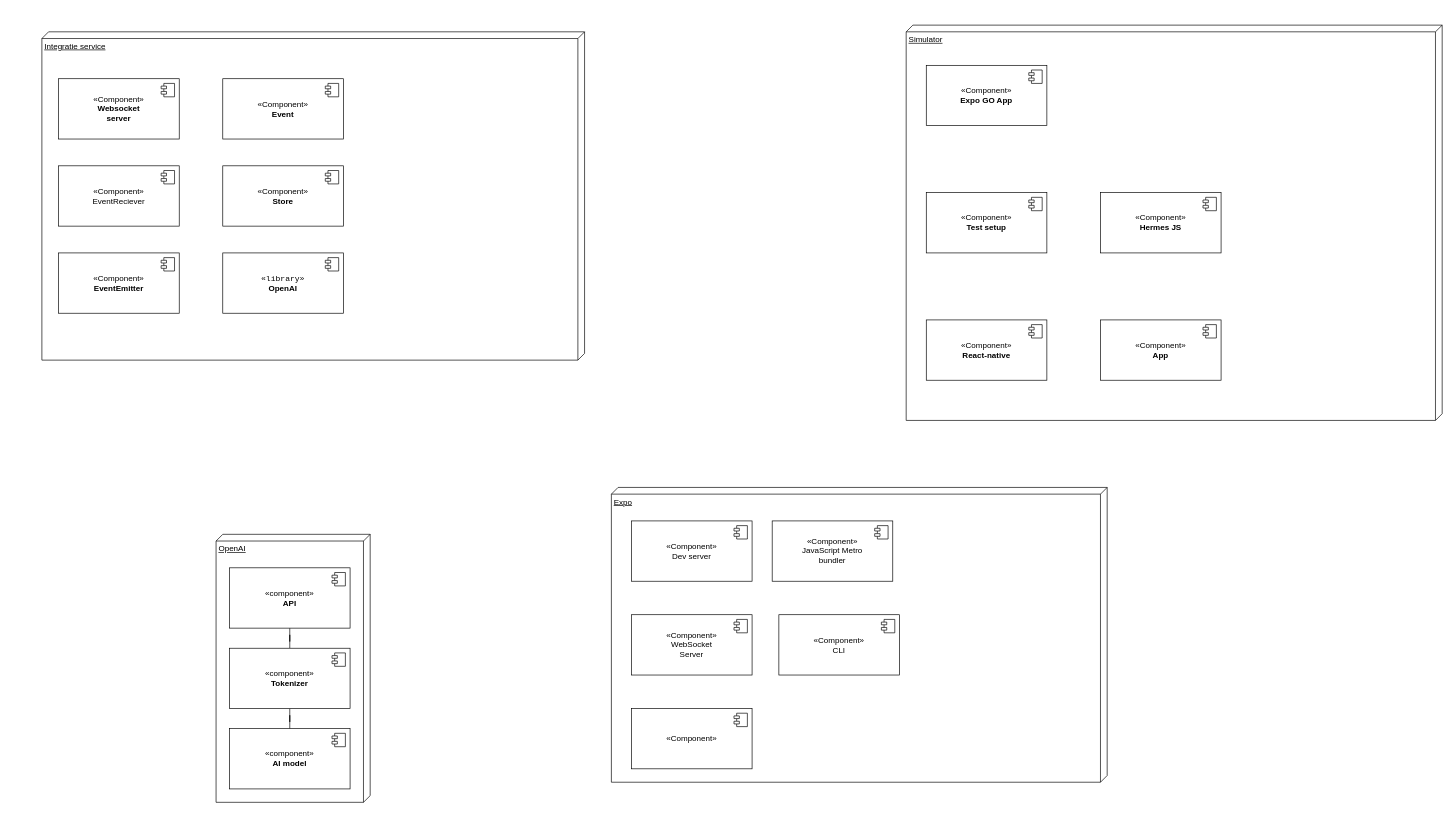
Above: page "5.4. Development view" (4 of 7) of 4+1.drawio in luukvankooten/draw.io (draw.io), before the change. Source tidied: cells renumbered, new cells numbered last; positions are measured from the earlier drawing's top-left corner, leaving out a move shared by most shapes. Both pictures are drawn from the tidied source at 67%, with x=0, y=0 at pixel (42, 25).
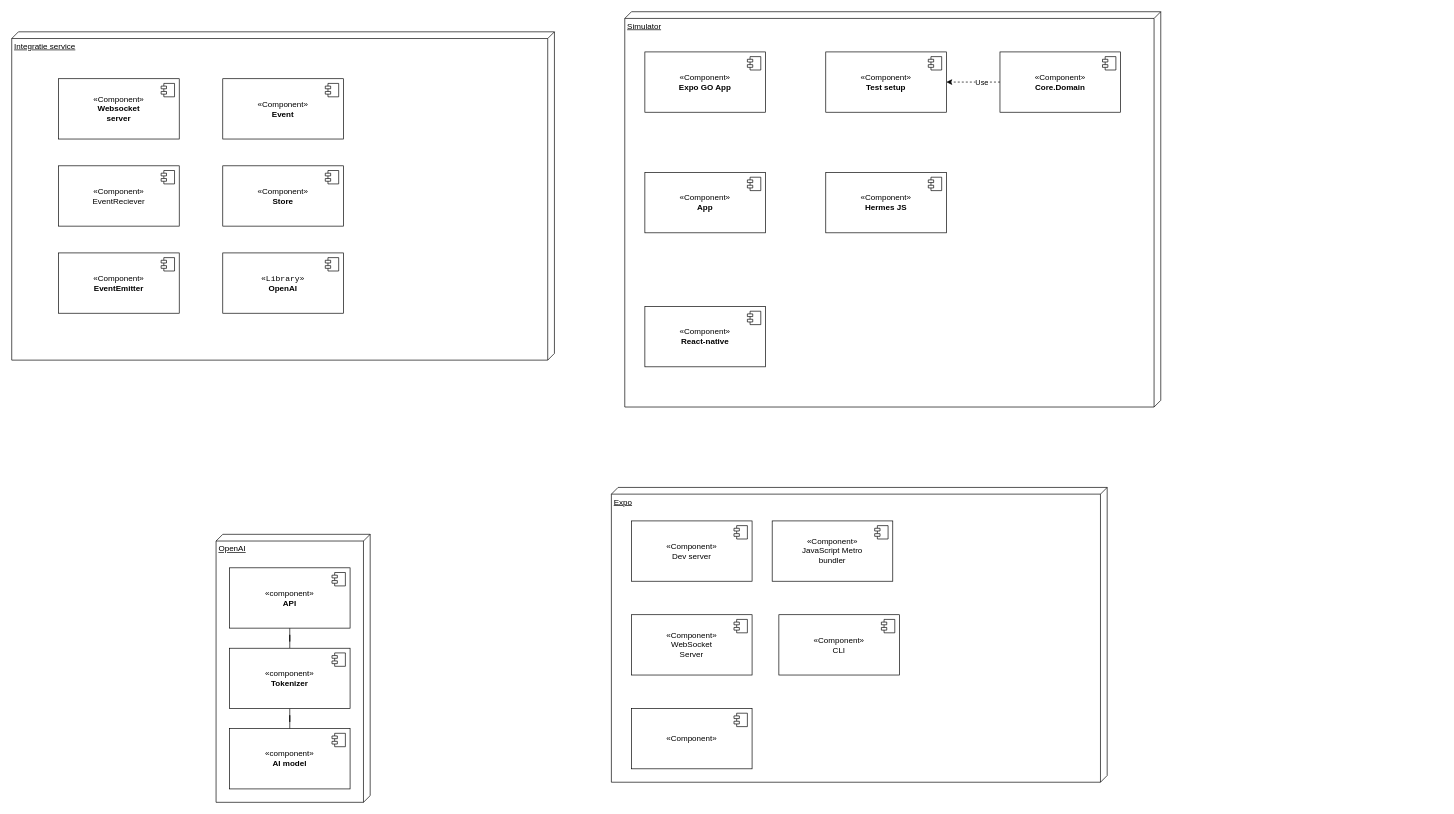
After the change.

Diff of the diagram source:
```diff
@@
     <mxCell id="2" value="Integratie service" style="verticalAlign=top;align=left;spacingTop=8;spacingLeft=2;spacingRight=12;shape=cube;size=10;direction=south;fontStyle=4;html=1;whiteSpace=wrap;" parent="1" vertex="1">
-      <mxGeometry y="10" width="810" height="490" as="geometry" />
+      <mxGeometry x="-45" y="10" width="810" height="490" as="geometry" />
     </mxCell>
@@
-    <mxCell id="29" value="«&lt;code class=&quot;language-plaintext highlighter-rouge&quot;&gt;library&lt;/code&gt;»&lt;b&gt;&lt;br&gt;OpenAI&lt;/b&gt;" style="html=1;whiteSpace=wrap;" parent="1" vertex="1">
+    <mxCell id="29" value="«&lt;code class=&quot;language-plaintext highlighter-rouge&quot;&gt;Library&lt;/code&gt;»&lt;b&gt;&lt;br&gt;OpenAI&lt;/b&gt;" style="html=1;whiteSpace=wrap;" parent="1" vertex="1">
       <mxGeometry x="270" y="340" width="180" height="90" as="geometry" />
     </mxCell>
@@
     <mxCell id="35" style="group;" parent="1" vertex="1">
-      <mxGeometry x="1290" width="800" height="590" as="geometry" />
+      <mxGeometry x="870" y="-20" width="800" height="590" as="geometry" />
     </mxCell>
@@
     <mxCell id="37" value="«Component»&lt;b&gt;&lt;br&gt;Hermes JS&lt;br&gt;&lt;/b&gt;" style="html=1;whiteSpace=wrap;" parent="35" vertex="1">
-      <mxGeometry x="290" y="250" width="180" height="90" as="geometry" />
+      <mxGeometry x="300" y="240" width="180" height="90" as="geometry" />
     </mxCell>
@@
     <mxCell id="43" value="«Component»&lt;b&gt;&lt;br&gt;App&lt;br&gt;&lt;/b&gt;" style="html=1;whiteSpace=wrap;" parent="35" vertex="1">
-      <mxGeometry x="290" y="440" width="180" height="90" as="geometry" />
+      <mxGeometry x="30" y="240" width="180" height="90" as="geometry" />
     </mxCell>
@@
     <mxCell id="45" value="«Component»&lt;b&gt;&lt;br&gt;Test setup&lt;br&gt;&lt;/b&gt;" style="html=1;whiteSpace=wrap;" parent="35" vertex="1">
-      <mxGeometry x="30" y="250" width="180" height="90" as="geometry" />
+      <mxGeometry x="300" y="60" width="180" height="90" as="geometry" />
     </mxCell>
@@
+    <mxCell id="47" style="edgeStyle=orthogonalEdgeStyle;rounded=0;jettySize=auto;html=1;entryX=1;entryY=0.5;entryDx=0;entryDy=0;dashed=1;" parent="35" edge="1" source="49" target="45">
+      <mxGeometry relative="1" as="geometry" />
+    </mxCell>
+    <mxCell id="48" value="Use" style="edgeLabel;html=1;align=center;verticalAlign=middle;" parent="47" vertex="1">
+      <mxGeometry x="-0.3" relative="1" as="geometry" />
+    </mxCell>
+    <mxCell id="49" value="«Component»&lt;b&gt;&lt;br&gt;Core.Domain&lt;br&gt;&lt;/b&gt;" style="html=1;whiteSpace=wrap;" parent="35" vertex="1">
+      <mxGeometry x="560" y="60" width="180" height="90" as="geometry" />
+    </mxCell>
+    <mxCell id="50" style="shape=module;jettyWidth=8;jettyHeight=4;" parent="49" vertex="1">
+      <mxGeometry x="1" width="20" height="20" relative="1" as="geometry">
+        <mxPoint x="-27" y="7" as="offset" />
+      </mxGeometry>
+    </mxCell>
```
